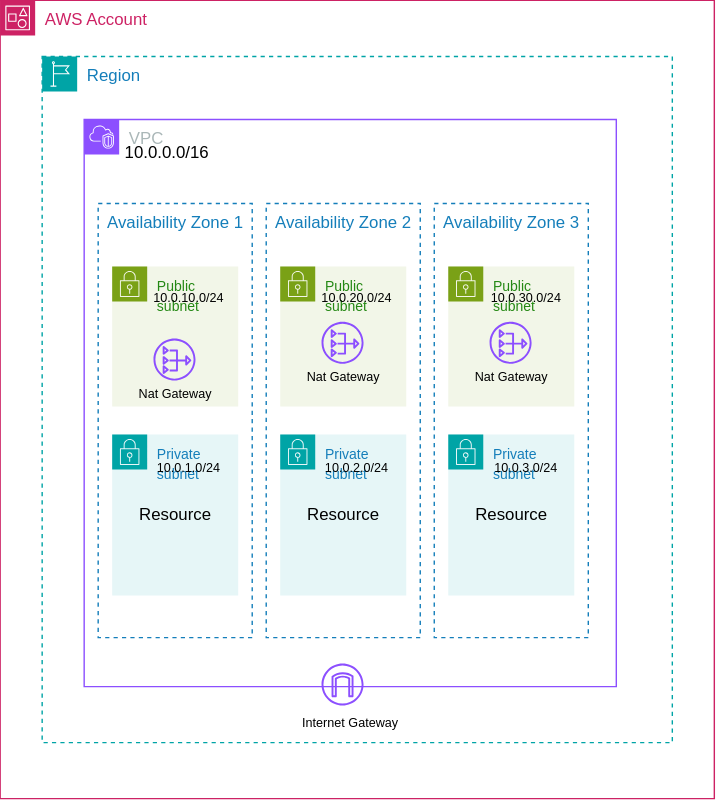
Before: topics/02-networking-vpc/assets/02-network-vpc-diagram.svg, a diagram exported from draw.io (muhammadhafizhpras/aws-infrastructure-journey). Source tidied: cells renumbered, new cells last; positions are measured from the earlier drawing's top-left corner, leaving out a move shared by most shapes.
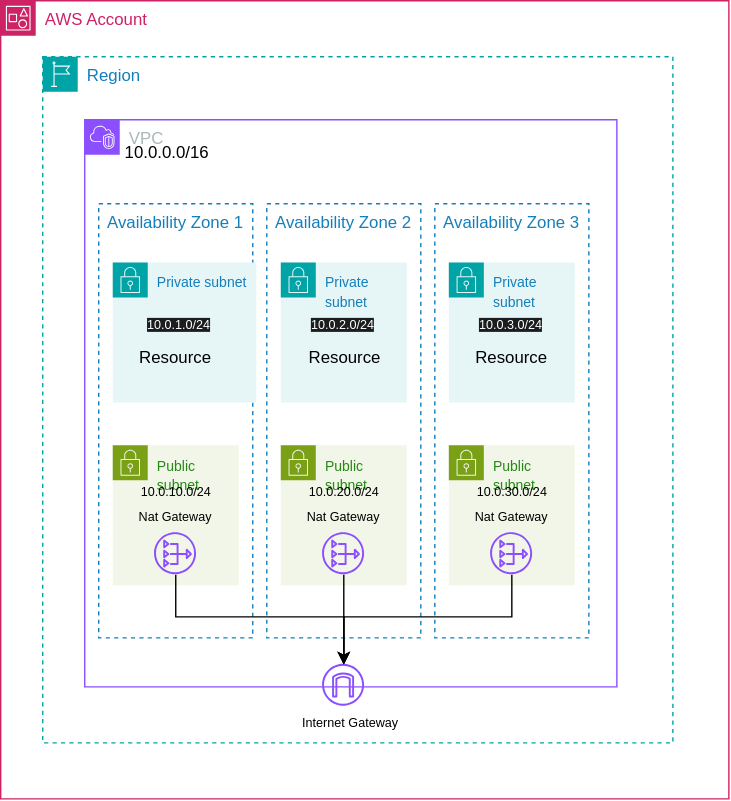
After the commit.

Diff of the diagram source:
```diff
@@ -3,7 +3,7 @@
     <mxCell id="0" />
     <mxCell id="1" parent="0" />
     <mxCell id="2" value="AWS Account" style="gradientColor=none;html=1;whiteSpace=wrap;fontSize=12;fontStyle=0;shape=mxgraph.aws4.group;grIcon=mxgraph.aws4.group_account;strokeColor=#CD2264;fillColor=none;verticalAlign=top;align=left;spacingLeft=30;fontColor=#CD2264;dashed=0;" parent="1" vertex="1">
-      <mxGeometry width="510" height="570" as="geometry" />
+      <mxGeometry width="520" height="570" as="geometry" />
     </mxCell>
     <mxCell id="3" value="Region" style="gradientColor=none;html=1;whiteSpace=wrap;fontSize=12;fontStyle=0;shape=mxgraph.aws4.group;grIcon=mxgraph.aws4.group_region;strokeColor=#00A4A6;fillColor=none;verticalAlign=top;align=left;spacingLeft=30;fontColor=#147EBA;dashed=1;" parent="2" vertex="1">
       <mxGeometry x="30" y="40" width="450" height="490" as="geometry" />
@@ -20,74 +20,93 @@
     <mxCell id="7" value="Availability Zone 3" style="fillColor=none;strokeColor=#147EBA;dashed=1;verticalAlign=top;fontStyle=0;fontColor=#147EBA;whiteSpace=wrap;html=1;" parent="4" vertex="1">
       <mxGeometry x="250" y="60" width="110" height="310" as="geometry" />
     </mxCell>
-    <mxCell id="8" value="&lt;font style=&quot;font-size: 10px;&quot;&gt;Public subnet&lt;/font&gt;" style="gradientColor=none;html=1;whiteSpace=wrap;fontSize=12;fontStyle=0;shape=mxgraph.aws4.group;grIcon=mxgraph.aws4.group_security_group;grStroke=0;strokeColor=#7AA116;fillColor=#F2F6E8;verticalAlign=top;align=left;spacingLeft=30;fontColor=#248814;dashed=0;" parent="4" vertex="1">
-      <mxGeometry x="20" y="105" width="90" height="100" as="geometry" />
-    </mxCell>
+    <mxCell id="19" value="&lt;font style=&quot;font-size: 10px;&quot;&gt;Public subnet&lt;/font&gt;" style="gradientColor=none;html=1;whiteSpace=wrap;fontSize=12;fontStyle=0;shape=mxgraph.aws4.group;grIcon=mxgraph.aws4.group_security_group;grStroke=0;strokeColor=#7AA116;fillColor=#F2F6E8;verticalAlign=top;align=left;spacingLeft=30;fontColor=#248814;dashed=0;" parent="4" vertex="1">
+      <mxGeometry x="260" y="232.5" width="90" height="100" as="geometry" />
+    </mxCell>
+    <mxCell id="27" value="&lt;font style=&quot;font-size: 9px;&quot;&gt;10.0.30.0/24&lt;/font&gt;" style="text;html=1;whiteSpace=wrap;strokeColor=none;fillColor=none;align=center;verticalAlign=middle;rounded=0;" parent="19" vertex="1">
+      <mxGeometry x="22.5" y="22.5" width="45" height="20" as="geometry" />
+    </mxCell>
+    <mxCell id="22" style="sketch=0;outlineConnect=0;fontColor=#232F3E;gradientColor=none;fillColor=#8C4FFF;strokeColor=none;dashed=0;verticalLabelPosition=bottom;verticalAlign=top;align=center;html=1;fontSize=12;fontStyle=0;shape=mxgraph.aws4.internet_gateway;" parent="4" vertex="1">
+      <mxGeometry x="170" y="389" width="30" height="30" as="geometry" />
+    </mxCell>
+    <mxCell id="28" value="10.0.0.0/16" style="text;html=1;whiteSpace=wrap;strokeColor=none;fillColor=none;align=center;verticalAlign=middle;rounded=0;" parent="4" vertex="1">
+      <mxGeometry x="29" y="9" width="60" height="30" as="geometry" />
+    </mxCell>
+    <mxCell id="21" value="&lt;font style=&quot;font-size: 10px;&quot;&gt;Private subnet&lt;/font&gt;" style="gradientColor=none;html=1;whiteSpace=wrap;fontSize=12;fontStyle=0;shape=mxgraph.aws4.group;grIcon=mxgraph.aws4.group_security_group;grStroke=0;strokeColor=#00A4A6;fillColor=#E6F6F7;verticalAlign=top;align=left;spacingLeft=30;fontColor=#147EBA;dashed=0;" parent="4" vertex="1">
+      <mxGeometry x="260" y="102" width="90" height="100" as="geometry" />
+    </mxCell>
+    <mxCell id="32" style="edgeStyle=orthogonalEdgeStyle;rounded=0;jettySize=auto;html=1;" parent="4" edge="1" source="20" target="22">
+      <mxGeometry relative="1" as="geometry">
+        <Array as="points">
+          <mxPoint x="305" y="355" />
+          <mxPoint x="185" y="355" />
+        </Array>
+      </mxGeometry>
+    </mxCell>
+    <mxCell id="20" style="sketch=0;outlineConnect=0;fontColor=#232F3E;gradientColor=none;fillColor=#8C4FFF;strokeColor=none;dashed=0;verticalLabelPosition=bottom;verticalAlign=top;align=center;html=1;fontSize=12;fontStyle=0;shape=mxgraph.aws4.nat_gateway;" parent="4" vertex="1">
+      <mxGeometry x="290" y="295" width="30" height="30" as="geometry" />
+    </mxCell>
+    <mxCell id="25" value="&lt;font style=&quot;font-size: 9px;&quot;&gt;Nat Gateway&lt;/font&gt;&lt;div&gt;&lt;br&gt;&lt;/div&gt;" style="text;html=1;whiteSpace=wrap;strokeColor=none;fillColor=none;align=center;verticalAlign=middle;rounded=0;" parent="4" vertex="1">
+      <mxGeometry x="275" y="275" width="60" height="30" as="geometry" />
+    </mxCell>
+    <mxCell id="33" value="&lt;font style=&quot;font-size: 10px;&quot;&gt;Public subnet&lt;/font&gt;" style="gradientColor=none;html=1;whiteSpace=wrap;fontSize=12;fontStyle=0;shape=mxgraph.aws4.group;grIcon=mxgraph.aws4.group_security_group;grStroke=0;strokeColor=#7AA116;fillColor=#F2F6E8;verticalAlign=top;align=left;spacingLeft=30;fontColor=#248814;dashed=0;" parent="4" vertex="1">
+      <mxGeometry x="140" y="232.5" width="90" height="100" as="geometry" />
+    </mxCell>
+    <mxCell id="15" value="&lt;font style=&quot;font-size: 9px;&quot;&gt;10.0.20.0/24&lt;/font&gt;" style="text;html=1;whiteSpace=wrap;strokeColor=none;fillColor=none;align=center;verticalAlign=middle;rounded=0;" parent="33" vertex="1">
+      <mxGeometry x="22.5" y="22.5" width="45" height="20" as="geometry" />
+    </mxCell>
+    <mxCell id="34" style="sketch=0;outlineConnect=0;fontColor=#232F3E;gradientColor=none;fillColor=#8C4FFF;strokeColor=none;dashed=0;verticalLabelPosition=bottom;verticalAlign=top;align=center;html=1;fontSize=12;fontStyle=0;shape=mxgraph.aws4.nat_gateway;" parent="33" vertex="1">
+      <mxGeometry x="30" y="62.5" width="30" height="30" as="geometry" />
+    </mxCell>
+    <mxCell id="35" value="&lt;font style=&quot;font-size: 9px;&quot;&gt;Nat Gateway&lt;/font&gt;&lt;div&gt;&lt;br&gt;&lt;/div&gt;" style="text;html=1;whiteSpace=wrap;strokeColor=none;fillColor=none;align=center;verticalAlign=middle;rounded=0;" parent="33" vertex="1">
+      <mxGeometry x="15" y="42.5" width="60" height="30" as="geometry" />
+    </mxCell>
+    <mxCell id="36" value="&lt;font style=&quot;font-size: 10px;&quot;&gt;Private subnet&lt;/font&gt;" style="gradientColor=none;html=1;whiteSpace=wrap;fontSize=12;fontStyle=0;shape=mxgraph.aws4.group;grIcon=mxgraph.aws4.group_security_group;grStroke=0;strokeColor=#00A4A6;fillColor=#E6F6F7;verticalAlign=top;align=left;spacingLeft=30;fontColor=#147EBA;dashed=0;" parent="4" vertex="1">
+      <mxGeometry x="140" y="102" width="90" height="100" as="geometry" />
+    </mxCell>
+    <mxCell id="37" value="Resource" style="text;html=1;whiteSpace=wrap;strokeColor=none;fillColor=none;align=center;verticalAlign=middle;rounded=0;" parent="36" vertex="1">
+      <mxGeometry x="16" y="53" width="60" height="30" as="geometry" />
+    </mxCell>
+    <mxCell id="38" value="&lt;font style=&quot;font-size: 10px;&quot;&gt;Private subnet&lt;/font&gt;" style="gradientColor=none;html=1;whiteSpace=wrap;fontSize=12;fontStyle=0;shape=mxgraph.aws4.group;grIcon=mxgraph.aws4.group_security_group;grStroke=0;strokeColor=#00A4A6;fillColor=#E6F6F7;verticalAlign=top;align=left;spacingLeft=30;fontColor=#147EBA;dashed=0;" parent="4" vertex="1">
+      <mxGeometry x="20" y="102" width="102.5" height="100" as="geometry" />
+    </mxCell>
+    <mxCell id="39" value="Resource" style="text;html=1;whiteSpace=wrap;strokeColor=none;fillColor=none;align=center;verticalAlign=middle;rounded=0;" parent="38" vertex="1">
+      <mxGeometry x="15" y="53" width="60" height="30" as="geometry" />
+    </mxCell>
+    <mxCell id="29" value="&lt;span style=&quot;color: rgb(255, 255, 255); font-family: Helvetica; font-size: 9px; font-style: normal; font-variant-ligatures: normal; font-variant-caps: normal; font-weight: 400; letter-spacing: normal; orphans: 2; text-align: center; text-indent: 0px; text-transform: none; widows: 2; word-spacing: 0px; -webkit-text-stroke-width: 0px; white-space: normal; background-color: rgb(27, 29, 30); text-decoration-thickness: initial; text-decoration-style: initial; text-decoration-color: initial; float: none; display: inline !important;&quot;&gt;10.0.1.0/24&lt;/span&gt;" style="text;whiteSpace=wrap;html=1;" parent="38" vertex="1">
+      <mxGeometry x="22.5" y="30" width="80" height="40" as="geometry" />
+    </mxCell>
+    <mxCell id="40" value="&lt;font style=&quot;font-size: 10px;&quot;&gt;Public subnet&lt;/font&gt;" style="gradientColor=none;html=1;whiteSpace=wrap;fontSize=12;fontStyle=0;shape=mxgraph.aws4.group;grIcon=mxgraph.aws4.group_security_group;grStroke=0;strokeColor=#7AA116;fillColor=#F2F6E8;verticalAlign=top;align=left;spacingLeft=30;fontColor=#248814;dashed=0;" parent="4" vertex="1">
+      <mxGeometry x="20" y="232.5" width="90" height="100" as="geometry" />
+    </mxCell>
-    <mxCell id="9" value="&lt;font style=&quot;font-size: 9px;&quot;&gt;10.0.10.0/24&lt;/font&gt;" style="text;html=1;whiteSpace=wrap;strokeColor=none;fillColor=none;align=center;verticalAlign=middle;rounded=0;" parent="8" vertex="1">
-      <mxGeometry x="32" y="12" width="45" height="20" as="geometry" />
+    <mxCell id="9" value="&lt;font style=&quot;font-size: 9px;&quot;&gt;10.0.10.0/24&lt;/font&gt;" style="text;html=1;whiteSpace=wrap;strokeColor=none;fillColor=none;align=center;verticalAlign=middle;rounded=0;" parent="40" vertex="1">
+      <mxGeometry x="22.5" y="22.5" width="45" height="20" as="geometry" />
     </mxCell>
-    <mxCell id="10" style="sketch=0;fontColor=#232F3E;gradientColor=none;fillColor=#8C4FFF;strokeColor=none;dashed=0;verticalLabelPosition=bottom;verticalAlign=top;align=center;html=1;fontSize=12;fontStyle=0;shape=mxgraph.aws4.nat_gateway;" parent="8" vertex="1">
-      <mxGeometry x="30" y="52" width="30" height="30" as="geometry" />
-    </mxCell>
-    <mxCell id="11" value="&lt;font style=&quot;font-size: 10px;&quot;&gt;Private subnet&lt;/font&gt;" style="gradientColor=none;html=1;whiteSpace=wrap;fontSize=12;fontStyle=0;shape=mxgraph.aws4.group;grIcon=mxgraph.aws4.group_security_group;grStroke=0;strokeColor=#00A4A6;fillColor=#E6F6F7;verticalAlign=top;align=left;spacingLeft=30;fontColor=#147EBA;dashed=0;" parent="4" vertex="1">
-      <mxGeometry x="20" y="225" width="90" height="115" as="geometry" />
-    </mxCell>
-    <mxCell id="12" value="Resource" style="text;html=1;whiteSpace=wrap;strokeColor=none;fillColor=none;align=center;verticalAlign=middle;rounded=0;" parent="11" vertex="1">
-      <mxGeometry x="15" y="42.5" width="60" height="30" as="geometry" />
-    </mxCell>
-    <mxCell id="13" value="&lt;font style=&quot;font-size: 10px;&quot;&gt;Public subnet&lt;/font&gt;" style="gradientColor=none;html=1;whiteSpace=wrap;fontSize=12;fontStyle=0;shape=mxgraph.aws4.group;grIcon=mxgraph.aws4.group_security_group;grStroke=0;strokeColor=#7AA116;fillColor=#F2F6E8;verticalAlign=top;align=left;spacingLeft=30;fontColor=#248814;dashed=0;" parent="4" vertex="1">
-      <mxGeometry x="140" y="105" width="90" height="100" as="geometry" />
-    </mxCell>
-    <mxCell id="14" style="sketch=0;fontColor=#232F3E;gradientColor=none;fillColor=#8C4FFF;strokeColor=none;dashed=0;verticalLabelPosition=bottom;verticalAlign=top;align=center;html=1;fontSize=12;fontStyle=0;shape=mxgraph.aws4.nat_gateway;" parent="13" vertex="1">
-      <mxGeometry x="30" y="40" width="30" height="30" as="geometry" />
-    </mxCell>
-    <mxCell id="15" value="&lt;font style=&quot;font-size: 9px;&quot;&gt;10.0.20.0/24&lt;/font&gt;" style="text;html=1;whiteSpace=wrap;strokeColor=none;fillColor=none;align=center;verticalAlign=middle;rounded=0;" parent="13" vertex="1">
-      <mxGeometry x="32.5" y="12" width="45" height="20" as="geometry" />
-    </mxCell>
-    <mxCell id="16" value="&lt;font style=&quot;font-size: 10px;&quot;&gt;Private subnet&lt;/font&gt;" style="gradientColor=none;html=1;whiteSpace=wrap;fontSize=12;fontStyle=0;shape=mxgraph.aws4.group;grIcon=mxgraph.aws4.group_security_group;grStroke=0;strokeColor=#00A4A6;fillColor=#E6F6F7;verticalAlign=top;align=left;spacingLeft=30;fontColor=#147EBA;dashed=0;" parent="4" vertex="1">
-      <mxGeometry x="140" y="225" width="90" height="115" as="geometry" />
-    </mxCell>
-    <mxCell id="17" value="Resource" style="text;html=1;whiteSpace=wrap;strokeColor=none;fillColor=none;align=center;verticalAlign=middle;rounded=0;" parent="16" vertex="1">
-      <mxGeometry x="15" y="42.5" width="60" height="30" as="geometry" />
-    </mxCell>
+    <mxCell id="41" style="edgeStyle=orthogonalEdgeStyle;rounded=0;jettySize=auto;html=1;" parent="4" edge="1" source="42" target="22">
+      <mxGeometry relative="1" as="geometry">
+        <Array as="points">
+          <mxPoint x="65" y="355" />
+          <mxPoint x="185" y="355" />
+        </Array>
+      </mxGeometry>
+    </mxCell>
+    <mxCell id="42" style="sketch=0;outlineConnect=0;fontColor=#232F3E;gradientColor=none;fillColor=#8C4FFF;strokeColor=none;dashed=0;verticalLabelPosition=bottom;verticalAlign=top;align=center;html=1;fontSize=12;fontStyle=0;shape=mxgraph.aws4.nat_gateway;" parent="4" vertex="1">
+      <mxGeometry x="50" y="295" width="30" height="30" as="geometry" />
+    </mxCell>
+    <mxCell id="43" value="&lt;font style=&quot;font-size: 9px;&quot;&gt;Nat Gateway&lt;/font&gt;&lt;div&gt;&lt;br&gt;&lt;/div&gt;" style="text;html=1;whiteSpace=wrap;strokeColor=none;fillColor=none;align=center;verticalAlign=middle;rounded=0;" parent="4" vertex="1">
+      <mxGeometry x="35" y="275" width="60" height="30" as="geometry" />
+    </mxCell>
+    <mxCell id="44" style="edgeStyle=orthogonalEdgeStyle;rounded=0;jettySize=auto;html=1;" parent="4" edge="1" source="34" target="22">
+      <mxGeometry relative="1" as="geometry" />
+    </mxCell>
+    <mxCell id="26" value="Resource" style="text;html=1;whiteSpace=wrap;strokeColor=none;fillColor=none;align=center;verticalAlign=middle;rounded=0;" parent="4" vertex="1">
+      <mxGeometry x="275" y="155" width="60" height="30" as="geometry" />
+    </mxCell>
-    <mxCell id="18" value="&lt;font style=&quot;font-size: 9px;&quot;&gt;10.0.2.0/24&lt;/font&gt;" style="text;html=1;whiteSpace=wrap;strokeColor=none;fillColor=none;align=center;verticalAlign=middle;rounded=0;" parent="16" vertex="1">
-      <mxGeometry x="32.5" y="13" width="45" height="20" as="geometry" />
+    <mxCell id="18" value="&lt;span style=&quot;color: rgb(255, 255, 255); font-family: Helvetica; font-size: 9px; font-style: normal; font-variant-ligatures: normal; font-variant-caps: normal; font-weight: 400; letter-spacing: normal; orphans: 2; text-align: center; text-indent: 0px; text-transform: none; widows: 2; word-spacing: 0px; -webkit-text-stroke-width: 0px; white-space: normal; background-color: rgb(27, 29, 30); text-decoration-thickness: initial; text-decoration-style: initial; text-decoration-color: initial; float: none; display: inline !important;&quot;&gt;10.0.2.0/24&lt;/span&gt;" style="text;whiteSpace=wrap;html=1;" parent="4" vertex="1">
+      <mxGeometry x="160" y="132" width="80" height="40" as="geometry" />
     </mxCell>
-    <mxCell id="19" value="&lt;font style=&quot;font-size: 10px;&quot;&gt;Public subnet&lt;/font&gt;" style="gradientColor=none;html=1;whiteSpace=wrap;fontSize=12;fontStyle=0;shape=mxgraph.aws4.group;grIcon=mxgraph.aws4.group_security_group;grStroke=0;strokeColor=#7AA116;fillColor=#F2F6E8;verticalAlign=top;align=left;spacingLeft=30;fontColor=#248814;dashed=0;" parent="4" vertex="1">
-      <mxGeometry x="260" y="105" width="90" height="100" as="geometry" />
-    </mxCell>
-    <mxCell id="20" style="sketch=0;outlineConnect=0;fontColor=#232F3E;gradientColor=none;fillColor=#8C4FFF;strokeColor=none;dashed=0;verticalLabelPosition=bottom;verticalAlign=top;align=center;html=1;fontSize=12;fontStyle=0;shape=mxgraph.aws4.nat_gateway;" parent="19" vertex="1">
-      <mxGeometry x="30" y="40" width="30" height="30" as="geometry" />
-    </mxCell>
-    <mxCell id="21" value="&lt;font style=&quot;font-size: 10px;&quot;&gt;Private subnet&lt;/font&gt;" style="gradientColor=none;html=1;whiteSpace=wrap;fontSize=12;fontStyle=0;shape=mxgraph.aws4.group;grIcon=mxgraph.aws4.group_security_group;grStroke=0;strokeColor=#00A4A6;fillColor=#E6F6F7;verticalAlign=top;align=left;spacingLeft=30;fontColor=#147EBA;dashed=0;" parent="4" vertex="1">
-      <mxGeometry x="260" y="225" width="90" height="115" as="geometry" />
-    </mxCell>
-    <mxCell id="22" style="sketch=0;outlineConnect=0;fontColor=#232F3E;gradientColor=none;fillColor=#8C4FFF;strokeColor=none;dashed=0;verticalLabelPosition=bottom;verticalAlign=top;align=center;html=1;fontSize=12;fontStyle=0;shape=mxgraph.aws4.internet_gateway;" parent="4" vertex="1">
-      <mxGeometry x="170" y="389" width="30" height="30" as="geometry" />
-    </mxCell>
-    <mxCell id="23" value="&lt;font style=&quot;font-size: 9px;&quot;&gt;Nat Gateway&lt;/font&gt;&lt;div&gt;&lt;br&gt;&lt;/div&gt;" style="text;html=1;whiteSpace=wrap;strokeColor=none;fillColor=none;align=center;verticalAlign=middle;rounded=0;" parent="4" vertex="1">
-      <mxGeometry x="35" y="187" width="60" height="30" as="geometry" />
-    </mxCell>
-    <mxCell id="24" value="&lt;font style=&quot;font-size: 9px;&quot;&gt;Nat Gateway&lt;/font&gt;&lt;div&gt;&lt;br&gt;&lt;/div&gt;" style="text;html=1;whiteSpace=wrap;strokeColor=none;fillColor=none;align=center;verticalAlign=middle;rounded=0;" parent="4" vertex="1">
-      <mxGeometry x="155" y="175" width="60" height="30" as="geometry" />
-    </mxCell>
-    <mxCell id="25" value="&lt;font style=&quot;font-size: 9px;&quot;&gt;Nat Gateway&lt;/font&gt;&lt;div&gt;&lt;br&gt;&lt;/div&gt;" style="text;html=1;whiteSpace=wrap;strokeColor=none;fillColor=none;align=center;verticalAlign=middle;rounded=0;" parent="4" vertex="1">
-      <mxGeometry x="275" y="175" width="60" height="30" as="geometry" />
-    </mxCell>
-    <mxCell id="26" value="Resource" style="text;html=1;whiteSpace=wrap;strokeColor=none;fillColor=none;align=center;verticalAlign=middle;rounded=0;" parent="4" vertex="1">
-      <mxGeometry x="275" y="267.5" width="60" height="30" as="geometry" />
-    </mxCell>
-    <mxCell id="27" value="&lt;font style=&quot;font-size: 9px;&quot;&gt;10.0.30.0/24&lt;/font&gt;" style="text;html=1;whiteSpace=wrap;strokeColor=none;fillColor=none;align=center;verticalAlign=middle;rounded=0;" parent="4" vertex="1">
-      <mxGeometry x="293" y="117" width="45" height="20" as="geometry" />
-    </mxCell>
-    <mxCell id="28" value="10.0.0.0/16" style="text;html=1;whiteSpace=wrap;strokeColor=none;fillColor=none;align=center;verticalAlign=middle;rounded=0;" parent="4" vertex="1">
-      <mxGeometry x="29" y="9" width="60" height="30" as="geometry" />
-    </mxCell>
-    <mxCell id="29" value="&lt;font style=&quot;font-size: 9px;&quot;&gt;10.0.1.0/24&lt;/font&gt;" style="text;html=1;whiteSpace=wrap;strokeColor=none;fillColor=none;align=center;verticalAlign=middle;rounded=0;" parent="4" vertex="1">
-      <mxGeometry x="52" y="238" width="45" height="20" as="geometry" />
-    </mxCell>
-    <mxCell id="30" value="&lt;font style=&quot;font-size: 9px;&quot;&gt;10.0.3.0/24&lt;/font&gt;" style="text;html=1;whiteSpace=wrap;strokeColor=none;fillColor=none;align=center;verticalAlign=middle;rounded=0;" parent="4" vertex="1">
-      <mxGeometry x="293" y="238" width="45" height="20" as="geometry" />
+    <mxCell id="30" value="&lt;span style=&quot;color: rgb(255, 255, 255); font-family: Helvetica; font-size: 9px; font-style: normal; font-variant-ligatures: normal; font-variant-caps: normal; font-weight: 400; letter-spacing: normal; orphans: 2; text-align: center; text-indent: 0px; text-transform: none; widows: 2; word-spacing: 0px; -webkit-text-stroke-width: 0px; white-space: normal; background-color: rgb(27, 29, 30); text-decoration-thickness: initial; text-decoration-style: initial; text-decoration-color: initial; float: none; display: inline !important;&quot;&gt;10.0.3.0/24&lt;/span&gt;" style="text;whiteSpace=wrap;html=1;" parent="4" vertex="1">
+      <mxGeometry x="280" y="132" width="80" height="40" as="geometry" />
     </mxCell>
     <mxCell id="31" value="&lt;font style=&quot;font-size: 9px;&quot;&gt;Internet Gateway&lt;/font&gt;" style="text;html=1;whiteSpace=wrap;strokeColor=none;fillColor=none;align=center;verticalAlign=middle;rounded=0;" parent="3" vertex="1">
       <mxGeometry x="180" y="460" width="80" height="30" as="geometry" />
```
